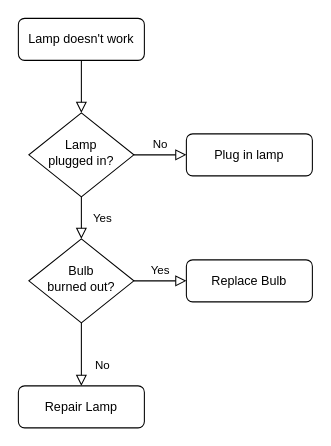
This is Untitled Diagram.drawio from Anandhi-23/diagram_trial, a draw.io file, before an edit. Source tidied: cells renumbered, new cells numbered last; positions are measured from the earlier drawing's top-left corner, leaving out a move shared by most shapes. Both pictures are drawn from the tidied source at 105%, with x=0, y=0 at pixel (18, 18).
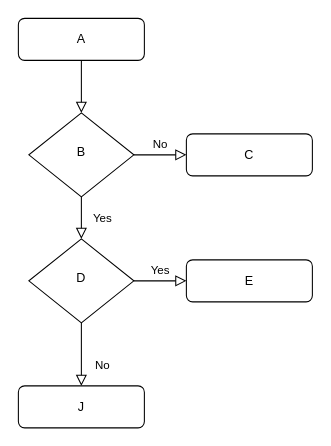
Above is the later version.

Change to the diagram source:
```diff
@@
 <mxGraphModel>
   <root>
     <mxCell id="0" />
     <mxCell id="1" parent="0" />
     <mxCell id="2" style="rounded=0;html=1;jettySize=auto;fontSize=11;endArrow=block;endFill=0;endSize=8;strokeWidth=1;shadow=0;labelBackgroundColor=none;edgeStyle=orthogonalEdgeStyle;" parent="1" edge="1" source="3" target="6">
       <mxGeometry relative="1" as="geometry" />
     </mxCell>
-    <mxCell id="3" value="Lamp doesn't work" style="rounded=1;whiteSpace=wrap;html=1;fontSize=12;glass=0;strokeWidth=1;shadow=0;" parent="1" vertex="1">
+    <mxCell id="3" value="A" style="rounded=1;whiteSpace=wrap;html=1;fontSize=12;glass=0;strokeWidth=1;shadow=0;" parent="1" vertex="1">
       <mxGeometry width="120" height="40" as="geometry" />
     </mxCell>
     <mxCell id="4" value="Yes" style="rounded=0;html=1;jettySize=auto;fontSize=11;endArrow=block;endFill=0;endSize=8;strokeWidth=1;shadow=0;labelBackgroundColor=none;edgeStyle=orthogonalEdgeStyle;" parent="1" edge="1" source="6" target="10">
       <mxGeometry y="20" relative="1" as="geometry" />
     </mxCell>
     <mxCell id="5" value="No" style="edgeStyle=orthogonalEdgeStyle;rounded=0;html=1;jettySize=auto;fontSize=11;endArrow=block;endFill=0;endSize=8;strokeWidth=1;shadow=0;labelBackgroundColor=none;" parent="1" edge="1" source="6" target="7">
       <mxGeometry y="10" relative="1" as="geometry" />
     </mxCell>
-    <mxCell id="6" value="Lamp&lt;br&gt;plugged in?" style="rhombus;whiteSpace=wrap;html=1;shadow=0;fontFamily=Helvetica;fontSize=12;align=center;strokeWidth=1;spacing=6;spacingTop=-4;" parent="1" vertex="1">
+    <mxCell id="6" value="B" style="rhombus;whiteSpace=wrap;html=1;shadow=0;fontFamily=Helvetica;fontSize=12;align=center;strokeWidth=1;spacing=6;spacingTop=-4;" parent="1" vertex="1">
       <mxGeometry x="10" y="90" width="100" height="80" as="geometry" />
     </mxCell>
-    <mxCell id="7" value="Plug in lamp" style="rounded=1;whiteSpace=wrap;html=1;fontSize=12;glass=0;strokeWidth=1;shadow=0;" parent="1" vertex="1">
+    <mxCell id="7" value="C" style="rounded=1;whiteSpace=wrap;html=1;fontSize=12;glass=0;strokeWidth=1;shadow=0;" parent="1" vertex="1">
       <mxGeometry x="160" y="110" width="120" height="40" as="geometry" />
     </mxCell>
     <mxCell id="8" value="No" style="rounded=0;html=1;jettySize=auto;fontSize=11;endArrow=block;endFill=0;endSize=8;strokeWidth=1;shadow=0;labelBackgroundColor=none;edgeStyle=orthogonalEdgeStyle;" parent="1" edge="1" source="10" target="11">
       <mxGeometry x="0.33" y="20" relative="1" as="geometry" />
     </mxCell>
     <mxCell id="9" value="Yes" style="edgeStyle=orthogonalEdgeStyle;rounded=0;html=1;jettySize=auto;fontSize=11;endArrow=block;endFill=0;endSize=8;strokeWidth=1;shadow=0;labelBackgroundColor=none;" parent="1" edge="1" source="10" target="12">
       <mxGeometry y="10" relative="1" as="geometry" />
     </mxCell>
-    <mxCell id="10" value="Bulb&lt;br&gt;burned out?" style="rhombus;whiteSpace=wrap;html=1;shadow=0;fontFamily=Helvetica;fontSize=12;align=center;strokeWidth=1;spacing=6;spacingTop=-4;" parent="1" vertex="1">
+    <mxCell id="10" value="D" style="rhombus;whiteSpace=wrap;html=1;shadow=0;fontFamily=Helvetica;fontSize=12;align=center;strokeWidth=1;spacing=6;spacingTop=-4;" parent="1" vertex="1">
       <mxGeometry x="10" y="210" width="100" height="80" as="geometry" />
     </mxCell>
-    <mxCell id="11" value="Repair Lamp" style="rounded=1;whiteSpace=wrap;html=1;fontSize=12;glass=0;strokeWidth=1;shadow=0;" parent="1" vertex="1">
+    <mxCell id="11" value="J" style="rounded=1;whiteSpace=wrap;html=1;fontSize=12;glass=0;strokeWidth=1;shadow=0;" parent="1" vertex="1">
       <mxGeometry y="350" width="120" height="40" as="geometry" />
     </mxCell>
-    <mxCell id="12" value="Replace Bulb" style="rounded=1;whiteSpace=wrap;html=1;fontSize=12;glass=0;strokeWidth=1;shadow=0;" parent="1" vertex="1">
+    <mxCell id="12" value="E" style="rounded=1;whiteSpace=wrap;html=1;fontSize=12;glass=0;strokeWidth=1;shadow=0;" parent="1" vertex="1">
       <mxGeometry x="160" y="230" width="120" height="40" as="geometry" />
     </mxCell>
   </root>
 </mxGraphModel>
```
